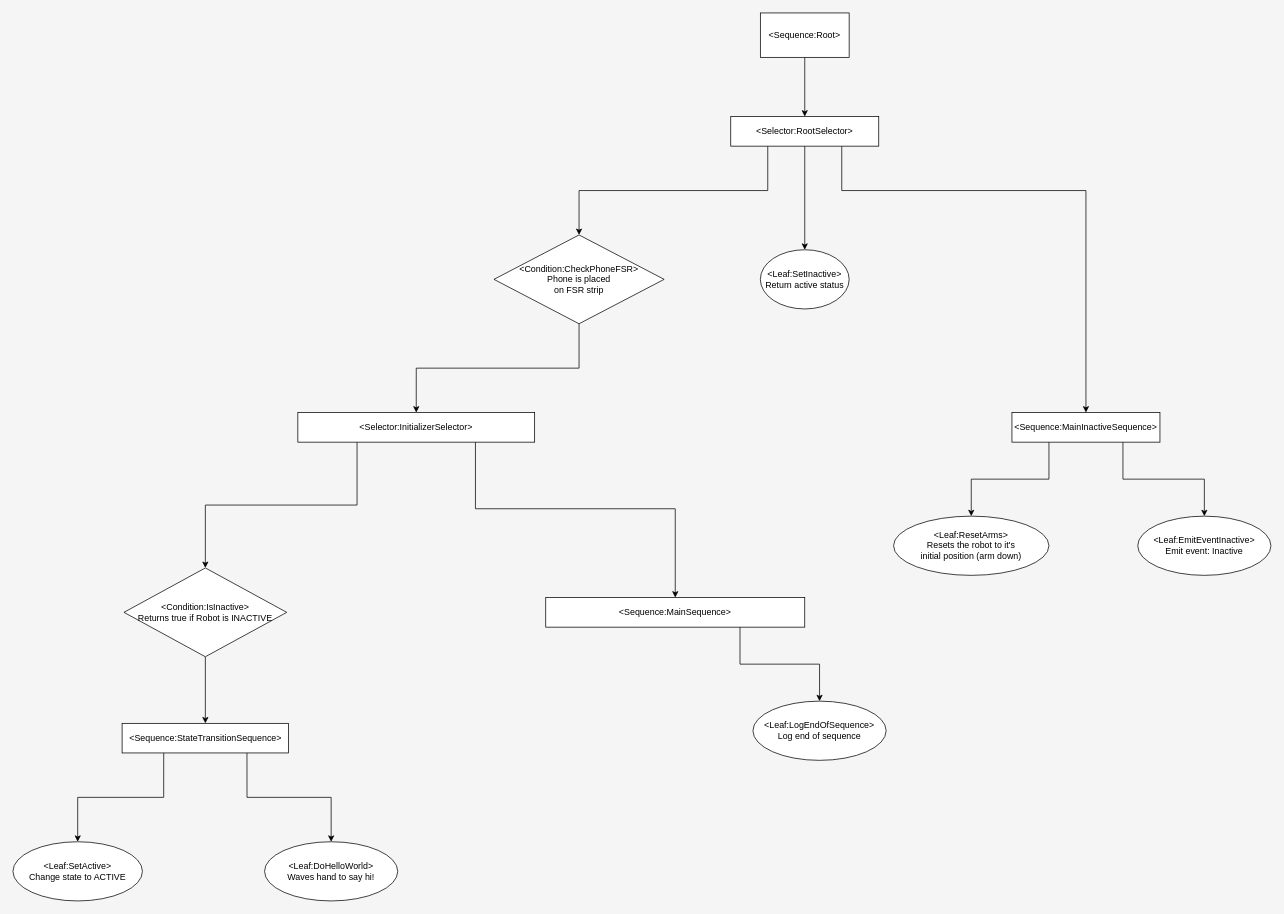
The draw.io diagram docs/behavior-model.drawio in massivebugs/telebyte-robot, before the edit. Source tidied: cells renumbered, new cells numbered last; positions are measured from the earlier drawing's top-left corner, leaving out a move shared by most shapes. Both pictures are drawn from the tidied source at 74%, with x=0, y=0 at pixel (13, 13).
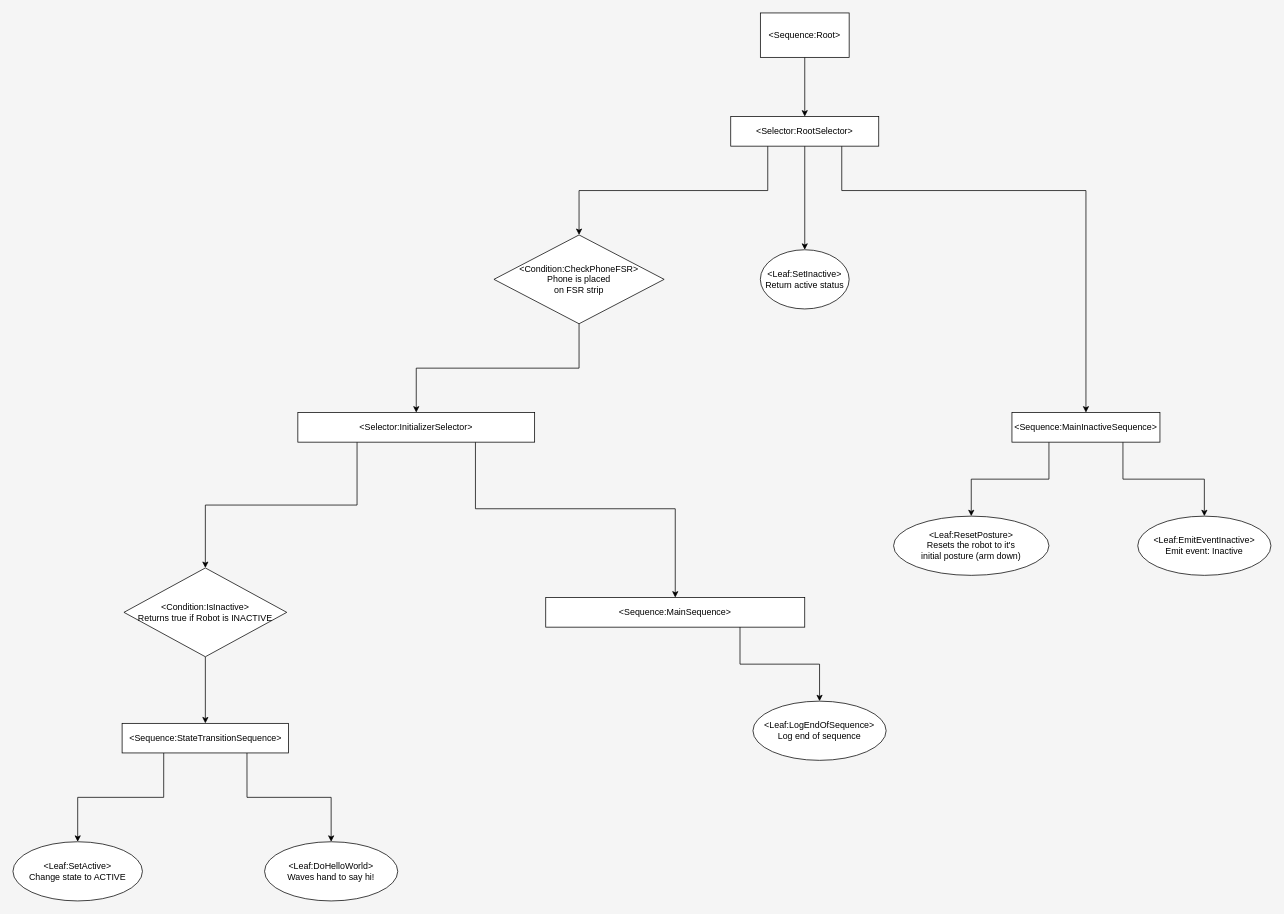
After the change.

Change to the diagram source:
```diff
@@
-    <mxCell id="11" value="&amp;lt;Leaf:ResetArms&amp;gt;&lt;br&gt;Resets the robot to it's&lt;br&gt;initial position (arm down)" style="ellipse;whiteSpace=wrap;html=1;" parent="1" vertex="1">
+    <mxCell id="11" value="&amp;lt;Leaf:ResetPosture&amp;gt;&lt;br&gt;Resets the robot to it's&lt;br&gt;initial posture (arm down)" style="ellipse;whiteSpace=wrap;html=1;" parent="1" vertex="1">
       <mxGeometry x="1190" y="680" width="210" height="80" as="geometry" />
     </mxCell>
```
